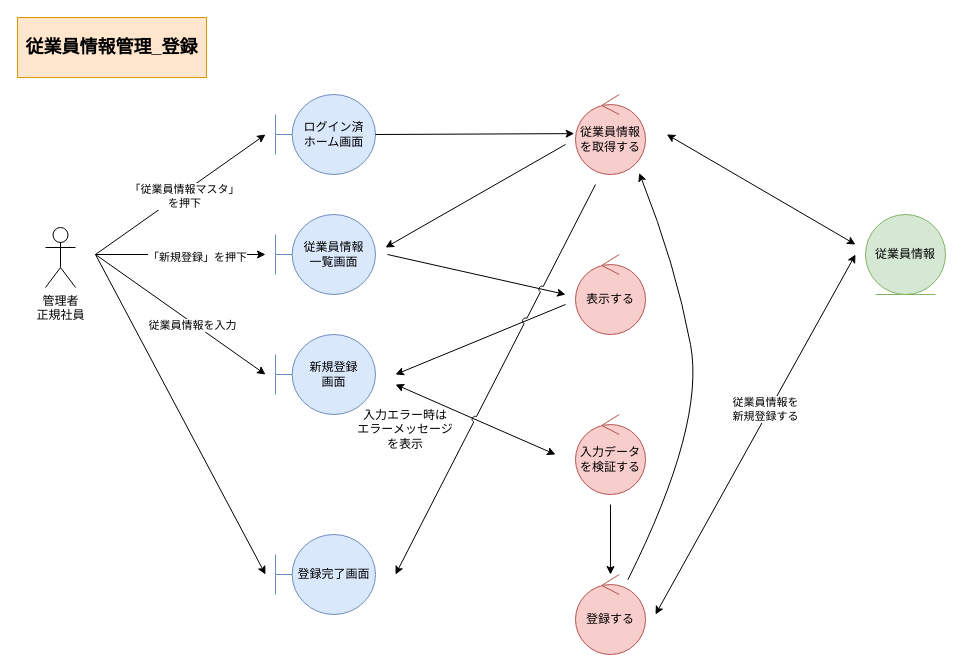
Earlier version of the draw.io diagram page "*従業員情報管理_登録" (1 of 5) of 各種設計書/3ロバストネス図/マスタ管理/1.従業員情報マスタ.drawio (HaruShim/Sotuken). Source tidied: cells renumbered, new cells numbered last; positions are measured from the earlier drawing's top-left corner, leaving out a move shared by most shapes. Both pictures are drawn from the tidied source at 100%, with x=0, y=0 at pixel (17, 17).
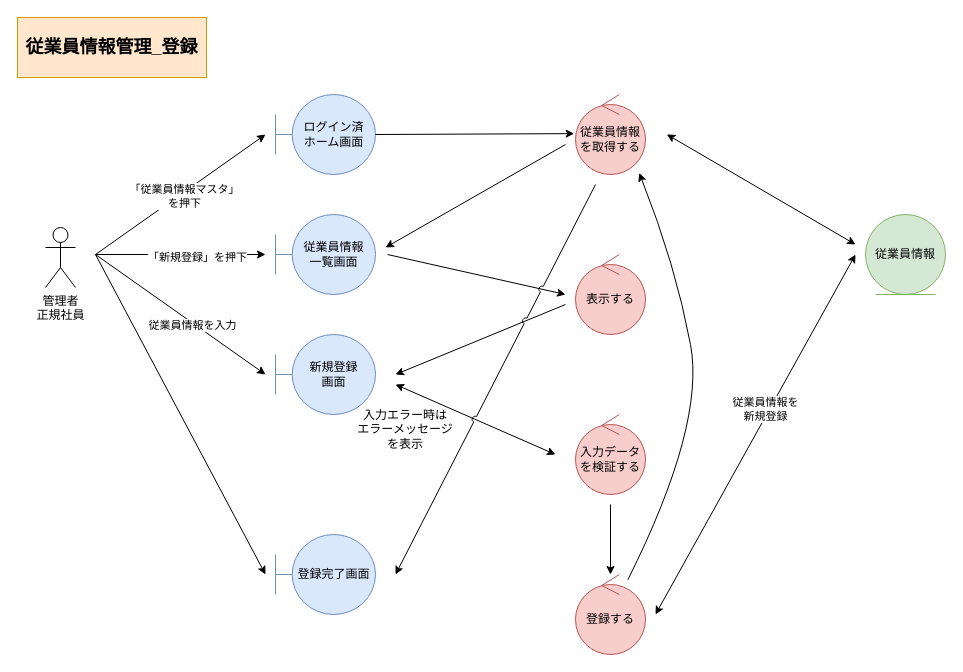
The same diagram, later.

Unchanged cells that the change refers to:
```xml
<mxCell id="18" style="endArrow=classic;html=1;rounded=0;startArrow=classic;startFill=1;endFill=1;" parent="1" edge="1">
  <mxGeometry relative="1" as="geometry">
    <mxPoint x="838" y="237" as="sourcePoint" />
    <mxPoint x="638" y="597" as="targetPoint" />
  </mxGeometry>
</mxCell>
```

What changed in the source:
```diff
@@
-    <mxCell id="19" value="従業員情報を&lt;br&gt;新規登録する" style="edgeLabel;html=1;align=center;verticalAlign=middle;" parent="18" vertex="1">
+    <mxCell id="19" value="従業員情報を&lt;br&gt;新規登録" style="edgeLabel;html=1;align=center;verticalAlign=middle;" parent="18" vertex="1">
       <mxGeometry x="0.09" y="4" relative="1" as="geometry">
         <mxPoint x="15" y="-43" as="offset" />
       </mxGeometry>
     </mxCell>
```
